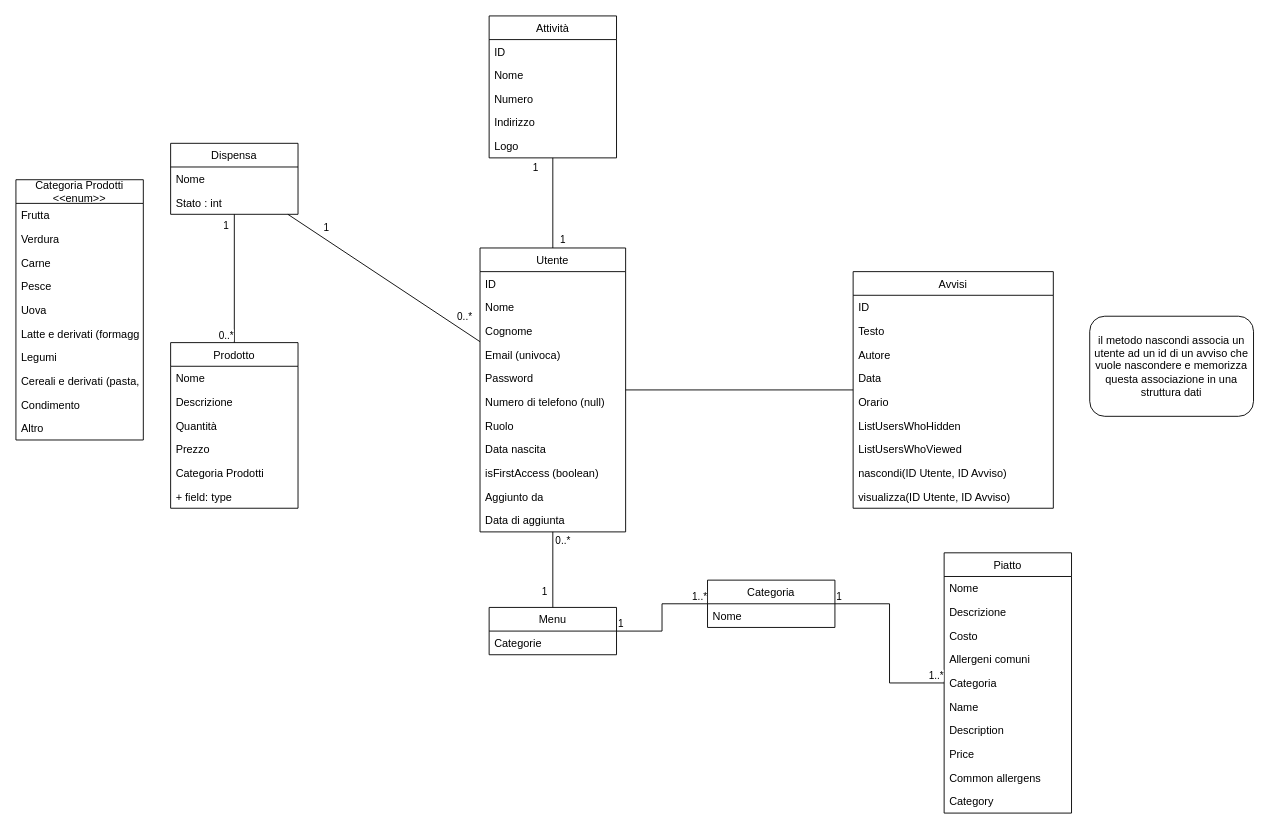
Before: class diagrams/Database.drawio in CristianCarrella/Ratatouille23, a draw.io diagram. Source tidied: cells renumbered, new cells numbered last; positions are measured from the earlier drawing's top-left corner, leaving out a move shared by most shapes. Both pictures are drawn from the tidied source at 91%, with x=0, y=0 at pixel (15, 15).
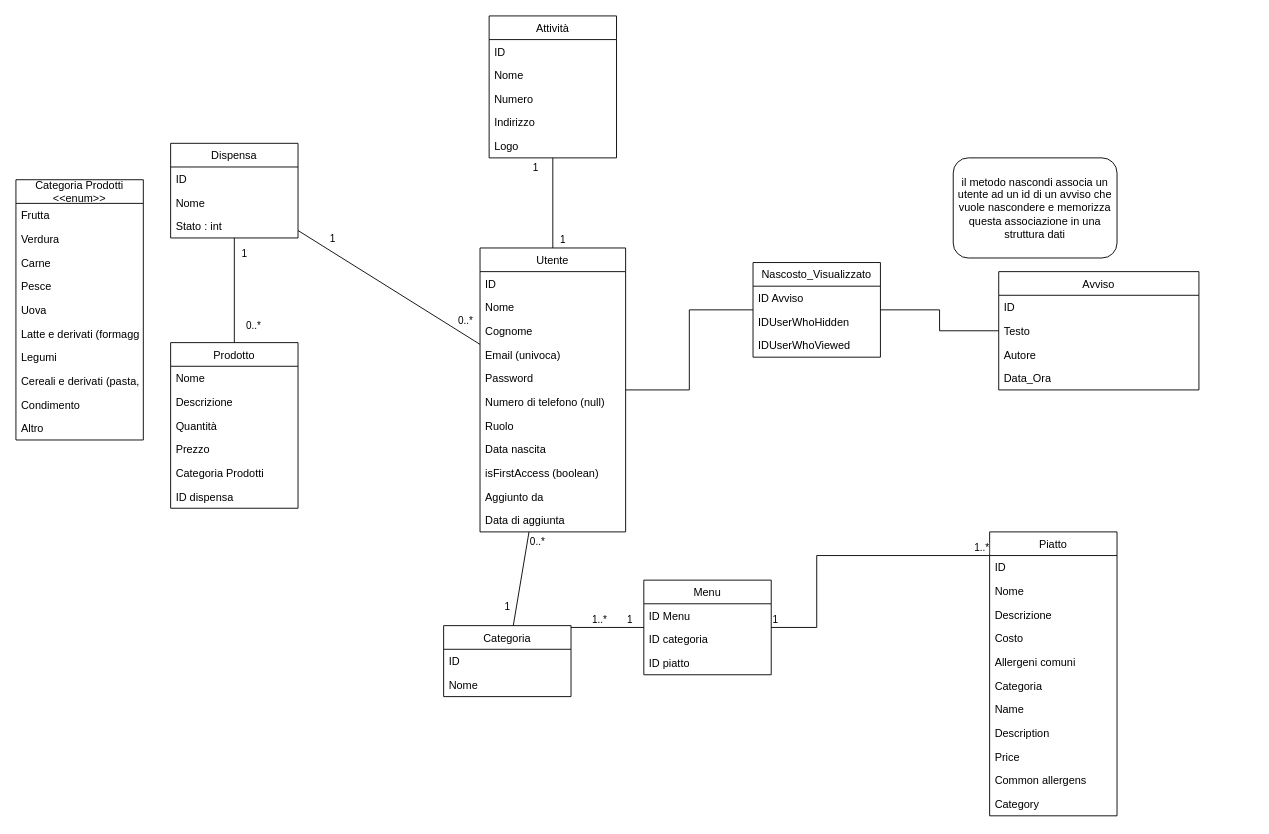
The same page after the edit.

Unchanged cells that the change refers to:
```xml
<mxCell id="2" value="Utente" style="swimlane;fontStyle=0;horizontal=1;startSize=26;fillColor=none;" parent="1" vertex="1">
  <mxGeometry x="510" y="255" width="160" height="312" as="geometry" />
</mxCell>
<mxCell id="50" value="Prodotto" style="swimlane;fontStyle=0;horizontal=1;startSize=26;fillColor=none;" parent="1" vertex="1">
  <mxGeometry x="170" y="359" width="140" height="182" as="geometry" />
</mxCell>
<mxCell id="57" style="endArrow=none;html=1;rounded=0;" parent="1" edge="1" source="50" target="46">
  <mxGeometry x="-1" y="410" relative="1" as="geometry">
    <mxPoint y="15" as="offset" />
  </mxGeometry>
</mxCell>
```

Change to the diagram source:
```diff
@@
     <mxCell id="14" value="Piatto" style="swimlane;fontStyle=0;horizontal=1;startSize=26;fillColor=none;" parent="1" vertex="1">
-      <mxGeometry x="1020" y="590" width="140" height="286" as="geometry" />
+      <mxGeometry x="1070" y="567" width="140" height="312" as="geometry" />
     </mxCell>
-    <mxCell id="15" value="Nome" style="text;strokeColor=none;fillColor=none;align=left;verticalAlign=top;spacingLeft=4;spacingRight=4;overflow=hidden;" parent="14" vertex="1">
+    <mxCell id="15" value="ID" style="text;strokeColor=none;fillColor=none;align=left;verticalAlign=top;spacingLeft=4;spacingRight=4;overflow=hidden;" parent="14" vertex="1">
       <mxGeometry y="26" width="140" height="26" as="geometry" />
     </mxCell>
+    <mxCell id="86" value="Nome" style="text;strokeColor=none;fillColor=none;align=left;verticalAlign=top;spacingLeft=4;spacingRight=4;overflow=hidden;" parent="14" vertex="1">
+      <mxGeometry y="52" width="140" height="26" as="geometry" />
+    </mxCell>
     <mxCell id="16" value="Descrizione" style="text;strokeColor=none;fillColor=none;align=left;verticalAlign=top;spacingLeft=4;spacingRight=4;overflow=hidden;" parent="14" vertex="1">
-      <mxGeometry y="52" width="140" height="26" as="geometry" />
+      <mxGeometry y="78" width="140" height="26" as="geometry" />
     </mxCell>
     <mxCell id="17" value="Costo" style="text;strokeColor=none;fillColor=none;align=left;verticalAlign=top;spacingLeft=4;spacingRight=4;overflow=hidden;" parent="14" vertex="1">
-      <mxGeometry y="78" width="140" height="26" as="geometry" />
+      <mxGeometry y="104" width="140" height="26" as="geometry" />
     </mxCell>
     <mxCell id="18" value="Allergeni comuni" style="text;strokeColor=none;fillColor=none;align=left;verticalAlign=top;spacingLeft=4;spacingRight=4;overflow=hidden;" parent="14" vertex="1">
-      <mxGeometry y="104" width="140" height="26" as="geometry" />
+      <mxGeometry y="130" width="140" height="26" as="geometry" />
     </mxCell>
     <mxCell id="19" value="Categoria" style="text;strokeColor=none;fillColor=none;align=left;verticalAlign=top;spacingLeft=4;spacingRight=4;overflow=hidden;" parent="14" vertex="1">
-      <mxGeometry y="130" width="140" height="26" as="geometry" />
+      <mxGeometry y="156" width="140" height="26" as="geometry" />
     </mxCell>
     <mxCell id="20" value="Name" style="text;strokeColor=none;fillColor=none;align=left;verticalAlign=top;spacingLeft=4;spacingRight=4;overflow=hidden;" parent="14" vertex="1">
-      <mxGeometry y="156" width="140" height="26" as="geometry" />
+      <mxGeometry y="182" width="140" height="26" as="geometry" />
     </mxCell>
     <mxCell id="21" value="Description" style="text;strokeColor=none;fillColor=none;align=left;verticalAlign=top;spacingLeft=4;spacingRight=4;overflow=hidden;" parent="14" vertex="1">
-      <mxGeometry y="182" width="140" height="26" as="geometry" />
+      <mxGeometry y="208" width="140" height="26" as="geometry" />
     </mxCell>
     <mxCell id="22" value="Price" style="text;strokeColor=none;fillColor=none;align=left;verticalAlign=top;spacingLeft=4;spacingRight=4;overflow=hidden;" parent="14" vertex="1">
-      <mxGeometry y="208" width="140" height="26" as="geometry" />
+      <mxGeometry y="234" width="140" height="26" as="geometry" />
     </mxCell>
     <mxCell id="23" value="Common allergens" style="text;strokeColor=none;fillColor=none;align=left;verticalAlign=top;spacingLeft=4;spacingRight=4;overflow=hidden;" parent="14" vertex="1">
-      <mxGeometry y="234" width="140" height="26" as="geometry" />
+      <mxGeometry y="260" width="140" height="26" as="geometry" />
     </mxCell>
     <mxCell id="24" value="Category" style="text;strokeColor=none;fillColor=none;align=left;verticalAlign=top;spacingLeft=4;spacingRight=4;overflow=hidden;" parent="14" vertex="1">
-      <mxGeometry y="260" width="140" height="26" as="geometry" />
+      <mxGeometry y="286" width="140" height="26" as="geometry" />
     </mxCell>
     <mxCell id="25" value="Categoria" style="swimlane;fontStyle=0;horizontal=1;startSize=26;fillColor=none;" parent="1" vertex="1">
-      <mxGeometry x="760" y="620" width="140" height="52" as="geometry" />
+      <mxGeometry x="470" y="670" width="140" height="78" as="geometry" />
     </mxCell>
-    <mxCell id="26" value="Nome" style="text;strokeColor=none;fillColor=none;align=left;verticalAlign=top;spacingLeft=4;spacingRight=4;overflow=hidden;" parent="25" vertex="1">
+    <mxCell id="26" value="ID" style="text;strokeColor=none;fillColor=none;align=left;verticalAlign=top;spacingLeft=4;spacingRight=4;overflow=hidden;" parent="25" vertex="1">
       <mxGeometry y="26" width="140" height="26" as="geometry" />
     </mxCell>
+    <mxCell id="87" value="Nome" style="text;strokeColor=none;fillColor=none;align=left;verticalAlign=top;spacingLeft=4;spacingRight=4;overflow=hidden;" parent="25" vertex="1">
+      <mxGeometry y="52" width="140" height="26" as="geometry" />
+    </mxCell>
-    <mxCell id="27" value="Avvisi" style="swimlane;fontStyle=0;horizontal=1;startSize=26;fillColor=none;" parent="1" vertex="1">
-      <mxGeometry x="920" y="281" width="220" height="260" as="geometry" />
+    <mxCell id="27" value="Avviso" style="swimlane;fontStyle=0;horizontal=1;startSize=26;fillColor=none;" parent="1" vertex="1">
+      <mxGeometry x="1080" y="281" width="220" height="130" as="geometry" />
     </mxCell>
@@
-    <mxCell id="31" value="Data" style="text;strokeColor=none;fillColor=none;align=left;verticalAlign=top;spacingLeft=4;spacingRight=4;overflow=hidden;" parent="27" vertex="1">
+    <mxCell id="31" value="Data_Ora" style="text;strokeColor=none;fillColor=none;align=left;verticalAlign=top;spacingLeft=4;spacingRight=4;overflow=hidden;" parent="27" vertex="1">
       <mxGeometry y="104" width="220" height="26" as="geometry" />
     </mxCell>
-    <mxCell id="32" value="Orario" style="text;strokeColor=none;fillColor=none;align=left;verticalAlign=top;spacingLeft=4;spacingRight=4;overflow=hidden;" parent="27" vertex="1">
-      <mxGeometry y="130" width="220" height="26" as="geometry" />
-    </mxCell>
-    <mxCell id="33" value="ListUsersWhoHidden" style="text;strokeColor=none;fillColor=none;align=left;verticalAlign=top;spacingLeft=4;spacingRight=4;overflow=hidden;" parent="27" vertex="1">
-      <mxGeometry y="156" width="220" height="26" as="geometry" />
-    </mxCell>
-    <mxCell id="34" value="ListUsersWhoViewed" style="text;strokeColor=none;fillColor=none;align=left;verticalAlign=top;spacingLeft=4;spacingRight=4;overflow=hidden;" parent="27" vertex="1">
-      <mxGeometry y="182" width="220" height="26" as="geometry" />
-    </mxCell>
-    <mxCell id="35" value="nascondi(ID Utente, ID Avviso)" style="text;strokeColor=none;fillColor=none;align=left;verticalAlign=top;spacingLeft=4;spacingRight=4;overflow=hidden;" parent="27" vertex="1">
-      <mxGeometry y="208" width="220" height="26" as="geometry" />
-    </mxCell>
-    <mxCell id="36" value="visualizza(ID Utente, ID Avviso)" style="text;strokeColor=none;fillColor=none;align=left;verticalAlign=top;spacingLeft=4;spacingRight=4;overflow=hidden;" parent="27" vertex="1">
-      <mxGeometry y="234" width="220" height="26" as="geometry" />
-    </mxCell>
@@
     <mxCell id="46" value="Dispensa" style="swimlane;fontStyle=0;horizontal=1;startSize=26;fillColor=none;" parent="1" vertex="1">
-      <mxGeometry x="170" y="140" width="140" height="78" as="geometry" />
+      <mxGeometry x="170" y="140" width="140" height="104" as="geometry" />
     </mxCell>
-    <mxCell id="47" value="Nome" style="text;strokeColor=none;fillColor=none;align=left;verticalAlign=top;spacingLeft=4;spacingRight=4;overflow=hidden;" parent="46" vertex="1">
+    <mxCell id="47" value="ID" style="text;strokeColor=none;fillColor=none;align=left;verticalAlign=top;spacingLeft=4;spacingRight=4;overflow=hidden;" parent="46" vertex="1">
       <mxGeometry y="26" width="140" height="26" as="geometry" />
     </mxCell>
+    <mxCell id="88" value="Nome" style="text;strokeColor=none;fillColor=none;align=left;verticalAlign=top;spacingLeft=4;spacingRight=4;overflow=hidden;" parent="46" vertex="1">
+      <mxGeometry y="52" width="140" height="26" as="geometry" />
+    </mxCell>
     <mxCell id="48" value="Stato : int" style="text;strokeColor=none;fillColor=none;align=left;verticalAlign=top;spacingLeft=4;spacingRight=4;overflow=hidden;" parent="46" vertex="1">
-      <mxGeometry y="52" width="140" height="26" as="geometry" />
+      <mxGeometry y="78" width="140" height="26" as="geometry" />
     </mxCell>
     <mxCell id="49" value="il metodo nascondi associa un utente ad un id di un avviso che vuole nascondere e memorizza questa associazione in una struttura dati" style="rounded=1;whiteSpace=wrap;html=1;" parent="1" vertex="1">
-      <mxGeometry x="1180" y="330" width="180" height="110" as="geometry" />
+      <mxGeometry x="1030" y="156" width="180" height="110" as="geometry" />
     </mxCell>
@@
-    <mxCell id="56" value="+ field: type" style="text;strokeColor=none;fillColor=none;align=left;verticalAlign=top;spacingLeft=4;spacingRight=4;overflow=hidden;" parent="50" vertex="1">
+    <mxCell id="56" value="ID dispensa" style="text;strokeColor=none;fillColor=none;align=left;verticalAlign=top;spacingLeft=4;spacingRight=4;overflow=hidden;" parent="50" vertex="1">
       <mxGeometry y="156" width="140" height="26" as="geometry" />
     </mxCell>
@@
     <mxCell id="58" value="0..*" style="edgeLabel;html=1;align=center;verticalAlign=middle;" parent="57" vertex="1">
       <mxGeometry x="0.79" y="1" relative="1" as="geometry">
-        <mxPoint x="-9" y="117" as="offset" />
+        <mxPoint x="21" y="84" as="offset" />
       </mxGeometry>
     </mxCell>
     <mxCell id="59" value="1" style="edgeLabel;html=1;align=center;verticalAlign=middle;" parent="57" vertex="1">
       <mxGeometry x="-0.78" y="-2" relative="1" as="geometry">
-        <mxPoint x="-12" y="-113" as="offset" />
+        <mxPoint x="8" y="-86" as="offset" />
       </mxGeometry>
     </mxCell>
@@
     <mxCell id="74" value="Menu" style="swimlane;fontStyle=0;horizontal=1;startSize=26;fillColor=none;" parent="1" vertex="1">
-      <mxGeometry x="520" y="650" width="140" height="52" as="geometry" />
+      <mxGeometry x="690" y="620" width="140" height="104" as="geometry" />
     </mxCell>
-    <mxCell id="75" value="Categorie" style="text;strokeColor=none;fillColor=none;align=left;verticalAlign=top;spacingLeft=4;spacingRight=4;overflow=hidden;" parent="74" vertex="1">
+    <mxCell id="75" value="ID Menu" style="text;strokeColor=none;fillColor=none;align=left;verticalAlign=top;spacingLeft=4;spacingRight=4;overflow=hidden;" parent="74" vertex="1">
       <mxGeometry y="26" width="140" height="26" as="geometry" />
     </mxCell>
+    <mxCell id="89" value="ID categoria" style="text;strokeColor=none;fillColor=none;align=left;verticalAlign=top;spacingLeft=4;spacingRight=4;overflow=hidden;" parent="74" vertex="1">
+      <mxGeometry y="52" width="140" height="26" as="geometry" />
+    </mxCell>
+    <mxCell id="90" value="ID piatto" style="text;strokeColor=none;fillColor=none;align=left;verticalAlign=top;spacingLeft=4;spacingRight=4;overflow=hidden;" parent="74" vertex="1">
+      <mxGeometry y="78" width="140" height="26" as="geometry" />
+    </mxCell>
-    <mxCell id="76" style="endArrow=none;html=1;rounded=0;" parent="1" edge="1" source="2" target="74">
+    <mxCell id="76" style="endArrow=none;html=1;rounded=0;" parent="1" edge="1" source="2" target="25">
       <mxGeometry relative="1" as="geometry" />
     </mxCell>
@@
     <mxCell id="79" style="endArrow=none;html=1;edgeStyle=orthogonalEdgeStyle;rounded=0;" parent="1" edge="1" source="74" target="25">
-      <mxGeometry relative="1" as="geometry" />
+      <mxGeometry relative="1" as="geometry">
+        <Array as="points">
+          <mxPoint x="820" y="670" />
+          <mxPoint x="560" y="670" />
+        </Array>
+      </mxGeometry>
     </mxCell>
     <mxCell id="80" value="1" style="edgeLabel;html=1;align=left;verticalAlign=bottom;" parent="79" vertex="1">
-      <mxGeometry x="-1" relative="1" as="geometry" />
+      <mxGeometry x="-1" relative="1" as="geometry">
+        <mxPoint x="-20" as="offset" />
+      </mxGeometry>
     </mxCell>
     <mxCell id="81" value="1..*" style="edgeLabel;html=1;align=right;verticalAlign=bottom;" parent="79" vertex="1">
-      <mxGeometry x="1" relative="1" as="geometry" />
+      <mxGeometry x="1" relative="1" as="geometry">
+        <mxPoint x="40" as="offset" />
+      </mxGeometry>
     </mxCell>
-    <mxCell id="82" style="endArrow=none;html=1;edgeStyle=orthogonalEdgeStyle;rounded=0;" parent="1" edge="1" source="25" target="14">
-      <mxGeometry relative="1" as="geometry" />
+    <mxCell id="82" style="endArrow=none;html=1;edgeStyle=orthogonalEdgeStyle;rounded=0;" parent="1" edge="1" source="74" target="14">
+      <mxGeometry relative="1" as="geometry">
+        <Array as="points">
+          <mxPoint x="880" y="593" />
+        </Array>
+      </mxGeometry>
     </mxCell>
@@
-    <mxCell id="85" style="endArrow=none;html=1;edgeStyle=orthogonalEdgeStyle;rounded=0;" parent="1" edge="1" source="2" target="27">
+    <mxCell id="85" style="endArrow=none;html=1;edgeStyle=orthogonalEdgeStyle;rounded=0;" parent="1" edge="1" source="2" target="91">
       <mxGeometry relative="1" as="geometry" />
     </mxCell>
+    <mxCell id="91" value="Nascosto_Visualizzato" style="swimlane;fontStyle=0;horizontal=1;startSize=26;fillColor=none;" parent="1" vertex="1">
+      <mxGeometry x="810" y="271" width="140" height="104" as="geometry" />
+    </mxCell>
+    <mxCell id="92" value="ID Avviso" style="text;strokeColor=none;fillColor=none;align=left;verticalAlign=top;spacingLeft=4;spacingRight=4;overflow=hidden;" parent="91" vertex="1">
+      <mxGeometry y="26" width="140" height="26" as="geometry" />
+    </mxCell>
+    <mxCell id="93" value="IDUserWhoHidden" style="text;strokeColor=none;fillColor=none;align=left;verticalAlign=top;spacingLeft=4;spacingRight=4;overflow=hidden;" parent="91" vertex="1">
+      <mxGeometry y="52" width="140" height="26" as="geometry" />
+    </mxCell>
+    <mxCell id="94" value="IDUserWhoViewed" style="text;strokeColor=none;fillColor=none;align=left;verticalAlign=top;spacingLeft=4;spacingRight=4;overflow=hidden;" parent="91" vertex="1">
+      <mxGeometry y="78" width="140" height="26" as="geometry" />
+    </mxCell>
+    <mxCell id="95" style="endArrow=none;html=1;edgeStyle=orthogonalEdgeStyle;rounded=0;" parent="1" edge="1" source="91" target="27">
+      <mxGeometry relative="1" as="geometry" />
+    </mxCell>
```
